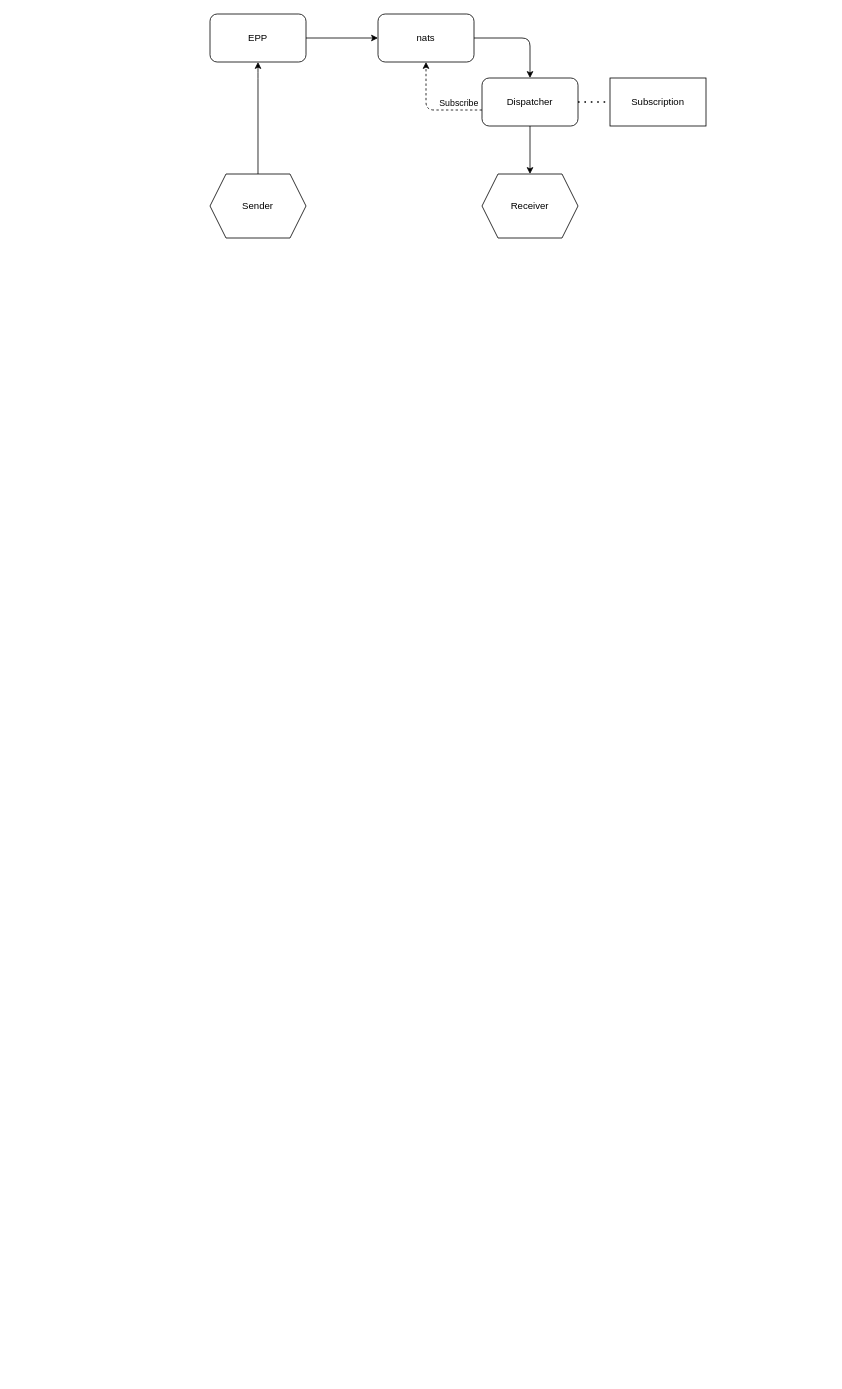
Earlier version of the draw.io diagram Untitled Diagram.drawio (nachtmaar/draw.io). Source tidied: cells renumbered, new cells numbered last; positions are measured from the earlier drawing's top-left corner, leaving out a move shared by most shapes. Both pictures are drawn from the tidied source at 80%, with x=0, y=0 at pixel (210, 14).
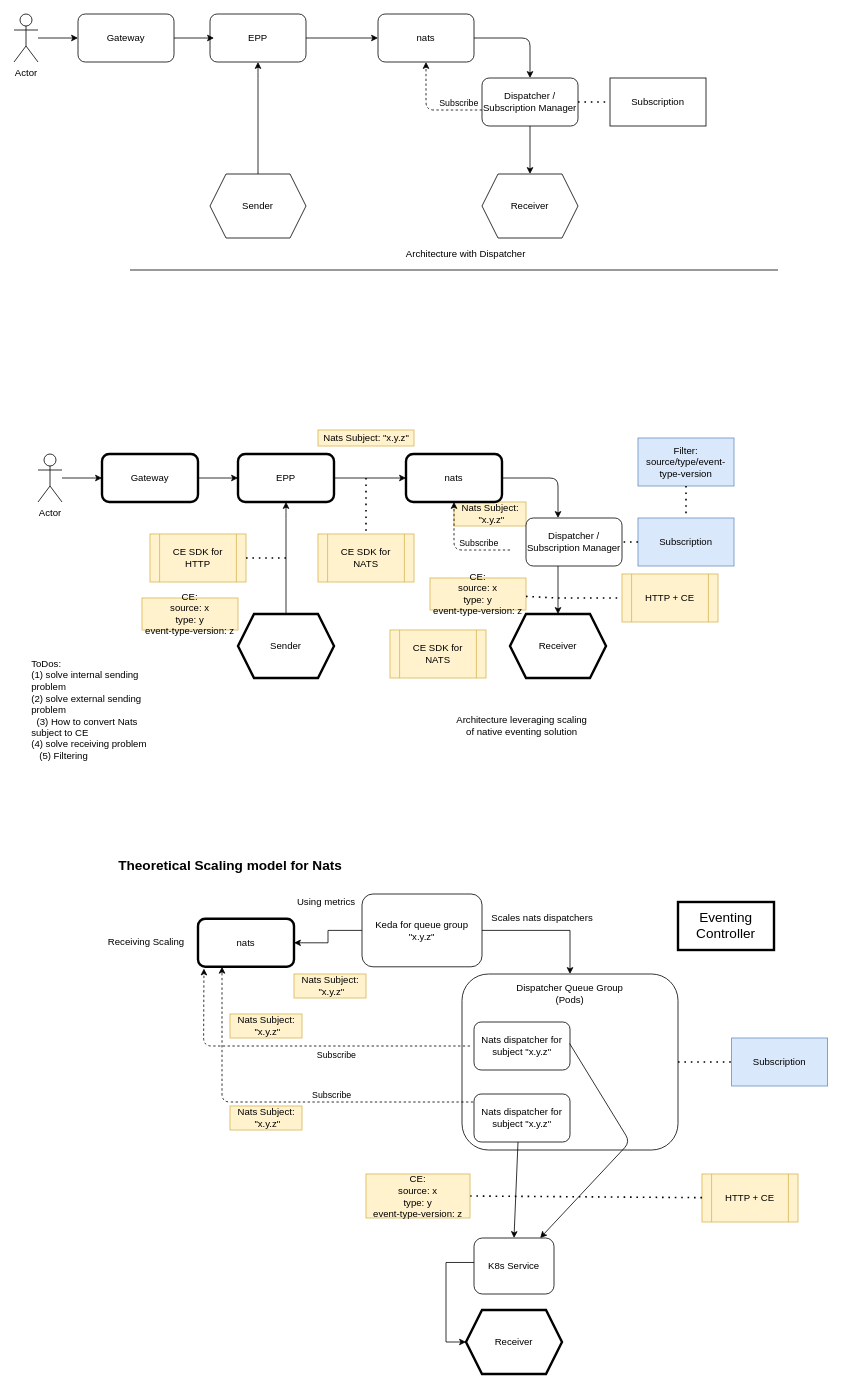
The same page after the edit.

Change to the diagram source:
```diff
@@
+    <mxCell id="15" style="rounded=1;whiteSpace=wrap;html=1;" parent="1" vertex="1">
+      <mxGeometry x="315" y="1200" width="270" height="220" as="geometry" />
+    </mxCell>
+    <mxCell id="16" value="Nats Subject:&lt;br&gt;&amp;nbsp;&quot;x.y.z&quot;" style="text;html=1;align=center;verticalAlign=middle;fillColor=#fff2cc;strokeColor=#d6b656;" parent="1" vertex="1">
+      <mxGeometry x="305" y="610" width="90" height="30" as="geometry" />
+    </mxCell>
+    <mxCell id="17" value="CE SDK for NATS" style="shape=process;whiteSpace=wrap;html=1;backgroundOutline=1;fillColor=#fff2cc;strokeColor=#d6b656;" parent="1" vertex="1">
+      <mxGeometry x="135" y="650" width="120" height="60" as="geometry" />
+    </mxCell>
@@
-    <mxCell id="11" value="Dispatcher" style="rounded=1;whiteSpace=wrap;html=1;" parent="1" vertex="1">
+    <mxCell id="11" value="Dispatcher / Subscription Manager" style="rounded=1;whiteSpace=wrap;html=1;" parent="1" vertex="1">
       <mxGeometry x="340" y="80" width="120" height="60" as="geometry" />
     </mxCell>
@@
+    <mxCell id="18" style="endArrow=none;html=1;" parent="1" edge="1">
+      <mxGeometry relative="1" as="geometry">
+        <mxPoint x="-100" y="320" as="sourcePoint" />
+        <mxPoint x="710" y="320" as="targetPoint" />
+      </mxGeometry>
+    </mxCell>
+    <mxCell id="19" value="Subscription" style="rounded=0;whiteSpace=wrap;html=1;fillColor=#dae8fc;strokeColor=#6c8ebf;" parent="1" vertex="1">
+      <mxGeometry x="535" y="630" width="120" height="60" as="geometry" />
+    </mxCell>
+    <mxCell id="20" value="Sender" style="shape=hexagon;perimeter=hexagonPerimeter2;whiteSpace=wrap;html=1;fixedSize=1;strokeWidth=3;" parent="1" vertex="1">
+      <mxGeometry x="35" y="750" width="120" height="80" as="geometry" />
+    </mxCell>
+    <mxCell id="21" value="Receiver" style="shape=hexagon;perimeter=hexagonPerimeter2;whiteSpace=wrap;html=1;fixedSize=1;strokeWidth=3;" parent="1" vertex="1">
+      <mxGeometry x="375" y="750" width="120" height="80" as="geometry" />
+    </mxCell>
+    <mxCell id="22" value="nats" style="rounded=1;whiteSpace=wrap;html=1;strokeWidth=3;" parent="1" vertex="1">
+      <mxGeometry x="245" y="550" width="120" height="60" as="geometry" />
+    </mxCell>
+    <mxCell id="23" style="endArrow=classic;html=1;exitX=0.5;exitY=0;exitDx=0;exitDy=0;entryX=0.5;entryY=1;entryDx=0;entryDy=0;" parent="1" edge="1" source="20" target="26">
+      <mxGeometry relative="1" as="geometry">
+        <Array as="points">
+          <mxPoint x="95" y="630" />
+        </Array>
+      </mxGeometry>
+    </mxCell>
+    <mxCell id="24" style="endArrow=classic;html=1;entryX=0.5;entryY=0;entryDx=0;entryDy=0;exitX=1;exitY=0.5;exitDx=0;exitDy=0;" parent="1" edge="1" source="22">
+      <mxGeometry relative="1" as="geometry">
+        <mxPoint x="435" y="630" as="targetPoint" />
+        <Array as="points">
+          <mxPoint x="435" y="580" />
+        </Array>
+      </mxGeometry>
+    </mxCell>
+    <mxCell id="25" style="endArrow=none;dashed=1;html=1;dashPattern=1 3;strokeWidth=2;entryX=0;entryY=0.5;entryDx=0;entryDy=0;" parent="1" edge="1" target="19">
+      <mxGeometry relative="1" as="geometry">
+        <mxPoint x="485" y="660" as="sourcePoint" />
+      </mxGeometry>
+    </mxCell>
+    <mxCell id="26" value="EPP" style="rounded=1;whiteSpace=wrap;html=1;strokeWidth=3;" parent="1" vertex="1">
+      <mxGeometry x="35" y="550" width="120" height="60" as="geometry" />
+    </mxCell>
+    <mxCell id="27" style="endArrow=classic;html=1;entryX=0;entryY=0.5;entryDx=0;entryDy=0;" parent="1" edge="1" target="22">
+      <mxGeometry relative="1" as="geometry">
+        <mxPoint x="155" y="580" as="sourcePoint" />
+      </mxGeometry>
+    </mxCell>
+    <mxCell id="28" style="endArrow=classic;html=1;entryX=0.5;entryY=0;entryDx=0;entryDy=0;exitX=0.5;exitY=1;exitDx=0;exitDy=0;" parent="1" edge="1" target="21">
+      <mxGeometry relative="1" as="geometry">
+        <mxPoint x="435" y="690" as="sourcePoint" />
+      </mxGeometry>
+    </mxCell>
+    <mxCell id="29" style="endArrow=classic;html=1;entryX=0.5;entryY=1;entryDx=0;entryDy=0;rounded=1;dashed=1;" parent="1" edge="1" target="22">
+      <mxGeometry relative="1" as="geometry">
+        <mxPoint x="375" y="670" as="sourcePoint" />
+        <Array as="points">
+          <mxPoint x="375" y="670" />
+          <mxPoint x="305" y="670" />
+        </Array>
+      </mxGeometry>
+    </mxCell>
+    <mxCell id="30" value="Subscribe" style="edgeLabel;html=1;align=center;verticalAlign=middle;" parent="29" vertex="1">
+      <mxGeometry x="-0.2" y="-4" relative="1" as="geometry">
+        <mxPoint x="12" y="-6" as="offset" />
+      </mxGeometry>
+    </mxCell>
+    <mxCell id="31" value="Architecture with Dispatcher" style="text;html=1;strokeColor=none;fillColor=none;align=center;verticalAlign=middle;whiteSpace=wrap;rounded=0;" parent="1" vertex="1">
+      <mxGeometry x="235" y="290" width="170" height="20" as="geometry" />
+    </mxCell>
+    <mxCell id="32" value="Architecture leveraging scaling of native eventing solution" style="text;html=1;strokeColor=none;fillColor=none;align=center;verticalAlign=middle;whiteSpace=wrap;rounded=0;" parent="1" vertex="1">
+      <mxGeometry x="305" y="880" width="170" height="20" as="geometry" />
+    </mxCell>
+    <mxCell id="33" value="Gateway" style="rounded=1;whiteSpace=wrap;html=1;strokeWidth=3;" parent="1" vertex="1">
+      <mxGeometry x="-135" y="550" width="120" height="60" as="geometry" />
+    </mxCell>
+    <mxCell id="34" style="endArrow=classic;html=1;entryX=0;entryY=0.5;entryDx=0;entryDy=0;" parent="1" edge="1" source="33" target="26">
+      <mxGeometry relative="1" as="geometry" />
+    </mxCell>
+    <mxCell id="35" style="endArrow=classic;html=1;entryX=0;entryY=0.5;entryDx=0;entryDy=0;" parent="1" edge="1" target="33">
+      <mxGeometry relative="1" as="geometry">
+        <mxPoint x="-185" y="580" as="sourcePoint" />
+      </mxGeometry>
+    </mxCell>
+    <mxCell id="36" value="Actor" style="shape=umlActor;verticalLabelPosition=bottom;verticalAlign=top;html=1;" parent="1" vertex="1">
+      <mxGeometry x="-215" y="550" width="30" height="60" as="geometry" />
+    </mxCell>
+    <mxCell id="37" style="endArrow=classic;html=1;entryX=0;entryY=0.5;entryDx=0;entryDy=0;" parent="1" edge="1" target="40">
+      <mxGeometry relative="1" as="geometry">
+        <mxPoint x="-215" y="30" as="sourcePoint" />
+      </mxGeometry>
+    </mxCell>
+    <mxCell id="38" value="Actor" style="shape=umlActor;verticalLabelPosition=bottom;verticalAlign=top;html=1;" parent="1" vertex="1">
+      <mxGeometry x="-245" width="30" height="60" as="geometry" />
+    </mxCell>
+    <mxCell id="39" style="endArrow=classic;html=1;entryX=0;entryY=0.5;entryDx=0;entryDy=0;" parent="1" edge="1" source="40">
+      <mxGeometry relative="1" as="geometry">
+        <mxPoint x="5" y="30" as="targetPoint" />
+      </mxGeometry>
+    </mxCell>
+    <mxCell id="40" value="Gateway" style="rounded=1;whiteSpace=wrap;html=1;" parent="1" vertex="1">
+      <mxGeometry x="-165" width="120" height="60" as="geometry" />
+    </mxCell>
+    <mxCell id="41" value="ToDos:&lt;br&gt;(1) solve internal sending problem&lt;br&gt;(2) solve external sending problem&lt;br&gt;&amp;nbsp; (3) How to convert Nats subject to CE&lt;br&gt;(4) solve receiving problem&lt;br&gt;&amp;nbsp; &amp;nbsp;(5) Filtering" style="text;html=1;strokeColor=none;fillColor=none;align=left;verticalAlign=middle;whiteSpace=wrap;rounded=0;" parent="1" vertex="1">
+      <mxGeometry x="-225" y="860" width="150" height="20" as="geometry" />
+    </mxCell>
+    <mxCell id="42" value="Nats Subject: &quot;x.y.z&quot;" style="text;html=1;align=center;verticalAlign=middle;fillColor=#fff2cc;strokeColor=#d6b656;" parent="1" vertex="1">
+      <mxGeometry x="135" y="520" width="120" height="20" as="geometry" />
+    </mxCell>
+    <mxCell id="43" style="endArrow=none;dashed=1;html=1;dashPattern=1 3;strokeWidth=2;" parent="1" edge="1" target="17">
+      <mxGeometry relative="1" as="geometry">
+        <mxPoint x="195" y="580" as="sourcePoint" />
+      </mxGeometry>
+    </mxCell>
+    <mxCell id="44" value="CE:&lt;br&gt;source: x&lt;br&gt;type: y&lt;br&gt;event-type-version: z" style="text;html=1;strokeColor=#d6b656;fillColor=#fff2cc;align=center;verticalAlign=middle;whiteSpace=wrap;rounded=0;" parent="1" vertex="1">
+      <mxGeometry x="-85" y="730" width="120" height="40" as="geometry" />
+    </mxCell>
+    <mxCell id="45" value="CE SDK for HTTP" style="shape=process;whiteSpace=wrap;html=1;backgroundOutline=1;fillColor=#fff2cc;strokeColor=#d6b656;" parent="1" vertex="1">
+      <mxGeometry x="-75" y="650" width="120" height="60" as="geometry" />
+    </mxCell>
+    <mxCell id="46" style="endArrow=none;dashed=1;html=1;dashPattern=1 3;strokeWidth=2;" parent="1" edge="1" target="45">
+      <mxGeometry relative="1" as="geometry">
+        <mxPoint x="95" y="680" as="sourcePoint" />
+      </mxGeometry>
+    </mxCell>
+    <mxCell id="47" value="Filter:&lt;br&gt;source/type/event-type-version" style="rounded=0;whiteSpace=wrap;html=1;fillColor=#dae8fc;strokeColor=#6c8ebf;" parent="1" vertex="1">
+      <mxGeometry x="535" y="530" width="120" height="60" as="geometry" />
+    </mxCell>
+    <mxCell id="48" style="endArrow=none;dashed=1;html=1;dashPattern=1 3;strokeWidth=2;entryX=0.5;entryY=0;entryDx=0;entryDy=0;" parent="1" edge="1" source="47" target="19">
+      <mxGeometry relative="1" as="geometry" />
+    </mxCell>
+    <mxCell id="49" value="CE SDK for NATS" style="shape=process;whiteSpace=wrap;html=1;backgroundOutline=1;fillColor=#fff2cc;strokeColor=#d6b656;" parent="1" vertex="1">
+      <mxGeometry x="225" y="770" width="120" height="60" as="geometry" />
+    </mxCell>
+    <mxCell id="50" value="HTTP + CE" style="shape=process;whiteSpace=wrap;html=1;backgroundOutline=1;fillColor=#fff2cc;strokeColor=#d6b656;" parent="1" vertex="1">
+      <mxGeometry x="515" y="700" width="120" height="60" as="geometry" />
+    </mxCell>
+    <mxCell id="51" style="endArrow=none;dashed=1;html=1;dashPattern=1 3;strokeWidth=2;entryX=0;entryY=0.5;entryDx=0;entryDy=0;" parent="1" edge="1">
+      <mxGeometry relative="1" as="geometry">
+        <mxPoint x="435" y="730" as="sourcePoint" />
+        <mxPoint x="515" y="730" as="targetPoint" />
+      </mxGeometry>
+    </mxCell>
+    <mxCell id="52" value="Dispatcher / Subscription Manager" style="rounded=1;whiteSpace=wrap;html=1;" parent="1" vertex="1">
+      <mxGeometry x="395" y="630" width="120" height="60" as="geometry" />
+    </mxCell>
+    <mxCell id="53" value="CE:&lt;br&gt;source: x&lt;br&gt;type: y&lt;br&gt;event-type-version: z" style="text;html=1;strokeColor=#d6b656;fillColor=#fff2cc;align=center;verticalAlign=middle;whiteSpace=wrap;rounded=0;" parent="1" vertex="1">
+      <mxGeometry x="275" y="705" width="120" height="40" as="geometry" />
+    </mxCell>
+    <mxCell id="54" style="endArrow=none;dashed=1;html=1;dashPattern=1 3;strokeWidth=2;" parent="1" edge="1" source="53">
+      <mxGeometry relative="1" as="geometry">
+        <mxPoint x="435" y="730" as="targetPoint" />
+      </mxGeometry>
+    </mxCell>
+    <mxCell id="55" value="Receiving Scaling" style="text;html=1;align=center;verticalAlign=middle;" parent="1" vertex="1">
+      <mxGeometry x="-135" y="1150" width="110" height="20" as="geometry" />
+    </mxCell>
+    <mxCell id="56" value="nats" style="rounded=1;whiteSpace=wrap;html=1;strokeWidth=3;" parent="1" vertex="1">
+      <mxGeometry x="-15" y="1131" width="120" height="60" as="geometry" />
+    </mxCell>
+    <mxCell id="57" value="Subscription" style="rounded=0;whiteSpace=wrap;html=1;fillColor=#dae8fc;strokeColor=#6c8ebf;" parent="1" vertex="1">
+      <mxGeometry x="652" y="1280" width="120" height="60" as="geometry" />
+    </mxCell>
+    <mxCell id="58" value="Receiver" style="shape=hexagon;perimeter=hexagonPerimeter2;whiteSpace=wrap;html=1;fixedSize=1;strokeWidth=3;" parent="1" vertex="1">
+      <mxGeometry x="320" y="1620" width="120" height="80" as="geometry" />
+    </mxCell>
+    <mxCell id="59" value="HTTP + CE" style="shape=process;whiteSpace=wrap;html=1;backgroundOutline=1;fillColor=#fff2cc;strokeColor=#d6b656;" parent="1" vertex="1">
+      <mxGeometry x="615" y="1450" width="120" height="60" as="geometry" />
+    </mxCell>
+    <mxCell id="60" style="endArrow=none;dashed=1;html=1;dashPattern=1 3;strokeWidth=2;exitX=1;exitY=0.5;exitDx=0;exitDy=0;" parent="1" edge="1" source="61" target="59">
+      <mxGeometry relative="1" as="geometry" />
+    </mxCell>
+    <mxCell id="61" value="CE:&lt;br&gt;source: x&lt;br&gt;type: y&lt;br&gt;event-type-version: z" style="text;html=1;strokeColor=#d6b656;fillColor=#fff2cc;align=center;verticalAlign=middle;whiteSpace=wrap;rounded=0;" parent="1" vertex="1">
+      <mxGeometry x="195" y="1450" width="130" height="55" as="geometry" />
+    </mxCell>
+    <mxCell id="62" style="endArrow=classic;html=1;entryX=0.5;entryY=0;entryDx=0;entryDy=0;" parent="1" edge="1" target="82">
+      <mxGeometry relative="1" as="geometry">
+        <mxPoint x="385" y="1410" as="sourcePoint" />
+      </mxGeometry>
+    </mxCell>
+    <mxCell id="63" value="Nats Subject:&lt;br&gt;&amp;nbsp;&quot;x.y.z&quot;" style="text;html=1;align=center;verticalAlign=middle;fillColor=#fff2cc;strokeColor=#d6b656;" parent="1" vertex="1">
+      <mxGeometry x="25" y="1365" width="90" height="30" as="geometry" />
+    </mxCell>
+    <mxCell id="64" style="endArrow=classic;html=1;entryX=0.25;entryY=1;entryDx=0;entryDy=0;rounded=1;dashed=1;" parent="1" edge="1" target="56">
+      <mxGeometry relative="1" as="geometry">
+        <mxPoint x="335" y="1360" as="sourcePoint" />
+        <Array as="points">
+          <mxPoint x="335" y="1360" />
+          <mxPoint x="15" y="1360" />
+        </Array>
+      </mxGeometry>
+    </mxCell>
+    <mxCell id="65" value="Subscribe" style="edgeLabel;html=1;align=center;verticalAlign=middle;" parent="64" vertex="1">
+      <mxGeometry x="-0.2" y="-4" relative="1" as="geometry">
+        <mxPoint x="12" y="-6" as="offset" />
+      </mxGeometry>
+    </mxCell>
+    <mxCell id="66" style="endArrow=none;dashed=1;html=1;dashPattern=1 3;strokeWidth=2;entryX=0;entryY=0.5;entryDx=0;entryDy=0;exitX=1;exitY=0.5;exitDx=0;exitDy=0;" parent="1" edge="1" source="15" target="57">
+      <mxGeometry relative="1" as="geometry" />
+    </mxCell>
+    <mxCell id="67" value="Nats dispatcher for subject &quot;x.y.z&quot;" style="rounded=1;whiteSpace=wrap;html=1;" parent="1" vertex="1">
+      <mxGeometry x="330" y="1260" width="120" height="60" as="geometry" />
+    </mxCell>
+    <mxCell id="68" value="Dispatcher Queue Group (Pods)" style="text;html=1;strokeColor=none;fillColor=none;align=center;verticalAlign=middle;whiteSpace=wrap;rounded=0;" parent="1" vertex="1">
+      <mxGeometry x="370" y="1215" width="160" height="20" as="geometry" />
+    </mxCell>
+    <mxCell id="69" value="Nats dispatcher for subject &quot;x.y.z&quot;" style="rounded=1;whiteSpace=wrap;html=1;" parent="1" vertex="1">
+      <mxGeometry x="330" y="1350" width="120" height="60" as="geometry" />
+    </mxCell>
+    <mxCell id="70" style="endArrow=classic;html=1;entryX=0.062;entryY=1.036;entryDx=0;entryDy=0;rounded=1;dashed=1;entryPerimeter=0;" parent="1" edge="1" target="56">
+      <mxGeometry relative="1" as="geometry">
+        <mxPoint x="325" y="1290" as="sourcePoint" />
+        <Array as="points">
+          <mxPoint x="325" y="1290" />
+          <mxPoint x="-8" y="1290" />
+        </Array>
+      </mxGeometry>
+    </mxCell>
+    <mxCell id="71" value="Subscribe" style="edgeLabel;html=1;align=center;verticalAlign=middle;" parent="70" vertex="1">
+      <mxGeometry x="-0.2" y="-4" relative="1" as="geometry">
+        <mxPoint x="4.7" y="14" as="offset" />
+      </mxGeometry>
+    </mxCell>
+    <mxCell id="72" style="endArrow=classic;html=1;exitX=0.996;exitY=0.448;exitDx=0;exitDy=0;exitPerimeter=0;" parent="1" edge="1" source="67" target="82">
+      <mxGeometry relative="1" as="geometry">
+        <Array as="points">
+          <mxPoint x="525" y="1410" />
+        </Array>
+      </mxGeometry>
+    </mxCell>
+    <mxCell id="73" style="edgeStyle=orthogonalEdgeStyle;rounded=0;jettySize=auto;html=1;exitX=1;exitY=0.5;exitDx=0;exitDy=0;" parent="1" edge="1" source="74" target="15">
+      <mxGeometry relative="1" as="geometry" />
+    </mxCell>
+    <mxCell id="74" value="Keda for queue group &quot;x.y.z&quot;" style="rounded=1;whiteSpace=wrap;html=1;" parent="1" vertex="1">
+      <mxGeometry x="190" y="1100" width="150" height="91" as="geometry" />
+    </mxCell>
+    <mxCell id="75" value="Scales nats dispatchers" style="text;html=1;align=center;verticalAlign=middle;" parent="1" vertex="1">
+      <mxGeometry x="345" y="1120" width="140" height="20" as="geometry" />
+    </mxCell>
+    <mxCell id="76" style="edgeStyle=orthogonalEdgeStyle;rounded=0;jettySize=auto;html=1;exitX=0;exitY=0.5;exitDx=0;exitDy=0;" parent="1" edge="1" source="74" target="56">
+      <mxGeometry relative="1" as="geometry" />
+    </mxCell>
+    <mxCell id="77" value="Using metrics" style="text;html=1;align=center;verticalAlign=middle;" parent="1" vertex="1">
+      <mxGeometry x="100" y="1100" width="90" height="20" as="geometry" />
+    </mxCell>
+    <mxCell id="78" value="Nats Subject:&lt;br&gt;&amp;nbsp;&quot;x.y.z&quot;" style="text;html=1;align=center;verticalAlign=middle;fillColor=#fff2cc;strokeColor=#d6b656;" parent="1" vertex="1">
+      <mxGeometry x="25" y="1250" width="90" height="30" as="geometry" />
+    </mxCell>
+    <mxCell id="79" value="Nats Subject:&lt;br&gt;&amp;nbsp;&quot;x.y.z&quot;" style="text;html=1;align=center;verticalAlign=middle;fillColor=#fff2cc;strokeColor=#d6b656;" parent="1" vertex="1">
+      <mxGeometry x="105" y="1200" width="90" height="30" as="geometry" />
+    </mxCell>
+    <mxCell id="80" value="Theoretical Scaling model for Nats" style="text;html=1;align=center;verticalAlign=middle;fontStyle=1;fontSize=17;" parent="1" vertex="1">
+      <mxGeometry x="-125" y="1050" width="300" height="30" as="geometry" />
+    </mxCell>
+    <mxCell id="81" style="edgeStyle=orthogonalEdgeStyle;rounded=0;jettySize=auto;html=1;entryX=0;entryY=0.5;entryDx=0;entryDy=0;fontSize=17;exitX=0.001;exitY=0.437;exitDx=0;exitDy=0;exitPerimeter=0;" parent="1" edge="1" source="82" target="58">
+      <mxGeometry relative="1" as="geometry">
+        <Array as="points">
+          <mxPoint x="295" y="1561" />
+          <mxPoint x="295" y="1660" />
+        </Array>
+      </mxGeometry>
+    </mxCell>
+    <mxCell id="82" value="K8s Service" style="rounded=1;whiteSpace=wrap;html=1;" parent="1" vertex="1">
+      <mxGeometry x="330" y="1530" width="100" height="70" as="geometry" />
+    </mxCell>
+    <mxCell id="83" value="Eventing Controller" style="rounded=0;whiteSpace=wrap;html=1;strokeWidth=3;fontSize=17;" parent="1" vertex="1">
+      <mxGeometry x="585" y="1110" width="120" height="60" as="geometry" />
+    </mxCell>
```
